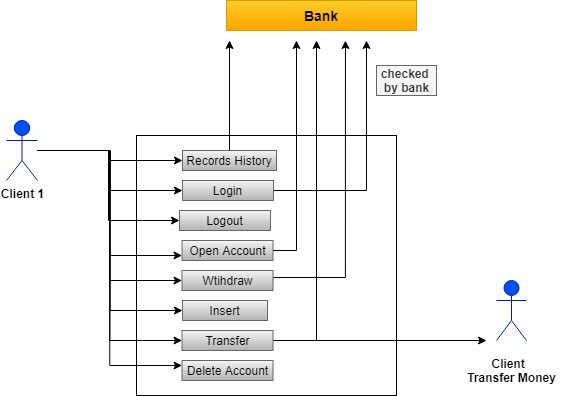
This is use case bank.png from abdullahkbc/Python-Project-Bank-, a draw.io export, as it was before one commit. Source tidied: cells renumbered, new cells last; positions are measured from the earlier drawing's top-left corner, leaving out a move shared by most shapes.
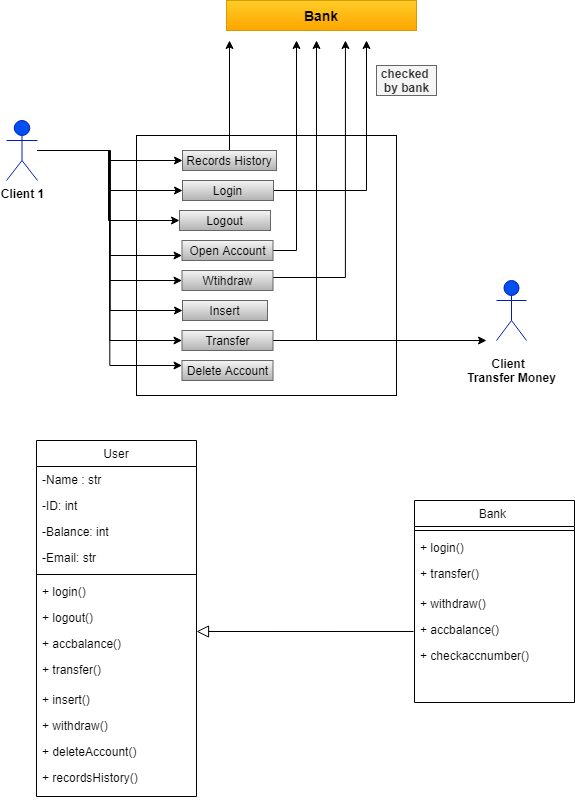
Above is the later version.

What changed in the source:
```diff
@@ -99,5 +99,73 @@
     <mxCell id="29" value="Records History" style="text;html=1;strokeColor=#666666;fillColor=#f5f5f5;align=center;verticalAlign=middle;whiteSpace=wrap;rounded=0;gradientColor=#b3b3b3;" parent="1" vertex="1">
       <mxGeometry x="176" y="150" width="94" height="20" as="geometry" />
     </mxCell>
+    <mxCell id="30" value="User" style="swimlane;fontStyle=0;align=center;verticalAlign=top;horizontal=1;startSize=26;rounded=0;shadow=0;strokeWidth=1;" parent="1" vertex="1">
+      <mxGeometry x="30" y="440" width="160" height="356" as="geometry" />
+    </mxCell>
+    <mxCell id="31" value="-Name : str" style="text;align=left;verticalAlign=top;spacingLeft=4;spacingRight=4;overflow=hidden;" parent="30" vertex="1">
+      <mxGeometry y="26" width="160" height="26" as="geometry" />
+    </mxCell>
+    <mxCell id="32" value="-ID: int " style="text;align=left;verticalAlign=top;spacingLeft=4;spacingRight=4;overflow=hidden;rounded=0;shadow=0;html=0;" parent="30" vertex="1">
+      <mxGeometry y="52" width="160" height="26" as="geometry" />
+    </mxCell>
+    <mxCell id="33" value="-Balance: int" style="text;align=left;verticalAlign=top;spacingLeft=4;spacingRight=4;overflow=hidden;rounded=0;shadow=0;html=0;" parent="30" vertex="1">
+      <mxGeometry y="78" width="160" height="26" as="geometry" />
+    </mxCell>
+    <mxCell id="34" value="-Email: str" style="text;align=left;verticalAlign=top;spacingLeft=4;spacingRight=4;overflow=hidden;" parent="30" vertex="1">
+      <mxGeometry y="104" width="160" height="26" as="geometry" />
+    </mxCell>
+    <mxCell id="35" style="line;html=1;strokeWidth=1;align=left;verticalAlign=middle;spacingTop=-1;spacingLeft=3;spacingRight=3;labelPosition=right;" parent="30" vertex="1">
+      <mxGeometry y="130" width="160" height="8" as="geometry" />
+    </mxCell>
+    <mxCell id="36" value="+ login()" style="text;align=left;verticalAlign=top;spacingLeft=4;spacingRight=4;overflow=hidden;" parent="30" vertex="1">
+      <mxGeometry y="138" width="160" height="26" as="geometry" />
+    </mxCell>
+    <mxCell id="37" value="+ logout()" style="text;align=left;verticalAlign=top;spacingLeft=4;spacingRight=4;overflow=hidden;" parent="30" vertex="1">
+      <mxGeometry y="164" width="160" height="26" as="geometry" />
+    </mxCell>
+    <mxCell id="38" value="+ accbalance()" style="text;align=left;verticalAlign=top;spacingLeft=4;spacingRight=4;overflow=hidden;" parent="30" vertex="1">
+      <mxGeometry y="190" width="160" height="26" as="geometry" />
+    </mxCell>
+    <mxCell id="39" value="+ transfer()&#10;" style="text;align=left;verticalAlign=top;spacingLeft=4;spacingRight=4;overflow=hidden;" parent="30" vertex="1">
+      <mxGeometry y="216" width="160" height="30" as="geometry" />
+    </mxCell>
+    <mxCell id="40" value="+ insert()" style="text;align=left;verticalAlign=top;spacingLeft=4;spacingRight=4;overflow=hidden;" parent="30" vertex="1">
+      <mxGeometry y="246" width="160" height="26" as="geometry" />
+    </mxCell>
+    <mxCell id="41" value="+ withdraw()" style="text;align=left;verticalAlign=top;spacingLeft=4;spacingRight=4;overflow=hidden;" parent="30" vertex="1">
+      <mxGeometry y="272" width="160" height="26" as="geometry" />
+    </mxCell>
+    <mxCell id="42" value="+ deleteAccount()" style="text;align=left;verticalAlign=top;spacingLeft=4;spacingRight=4;overflow=hidden;" parent="30" vertex="1">
+      <mxGeometry y="298" width="160" height="26" as="geometry" />
+    </mxCell>
+    <mxCell id="43" value="+ recordsHistory()" style="text;align=left;verticalAlign=top;spacingLeft=4;spacingRight=4;overflow=hidden;" parent="30" vertex="1">
+      <mxGeometry y="324" width="160" height="32" as="geometry" />
+    </mxCell>
+    <mxCell id="44" style="endArrow=block;endSize=10;endFill=0;shadow=0;strokeWidth=1;rounded=0;edgeStyle=elbowEdgeStyle;elbow=vertical;exitX=-0.006;exitY=0.038;exitDx=0;exitDy=0;exitPerimeter=0;" parent="1" edge="1" target="30">
+      <mxGeometry relative="1" as="geometry">
+        <mxPoint x="407" y="631" as="sourcePoint" />
+      </mxGeometry>
+    </mxCell>
+    <mxCell id="45" value="Bank " style="swimlane;fontStyle=0;align=center;verticalAlign=top;horizontal=1;startSize=26;rounded=0;shadow=0;strokeWidth=1;" parent="1" vertex="1">
+      <mxGeometry x="408" y="500" width="160" height="202" as="geometry" />
+    </mxCell>
+    <mxCell id="46" style="line;html=1;strokeWidth=1;align=left;verticalAlign=middle;spacingTop=-1;spacingLeft=3;spacingRight=3;labelPosition=right;" parent="45" vertex="1">
+      <mxGeometry y="26" width="160" height="8" as="geometry" />
+    </mxCell>
+    <mxCell id="47" value="+ login()" style="text;align=left;verticalAlign=top;spacingLeft=4;spacingRight=4;overflow=hidden;" parent="45" vertex="1">
+      <mxGeometry y="34" width="160" height="26" as="geometry" />
+    </mxCell>
+    <mxCell id="48" value="+ transfer()&#10;" style="text;align=left;verticalAlign=top;spacingLeft=4;spacingRight=4;overflow=hidden;" parent="45" vertex="1">
+      <mxGeometry y="60" width="160" height="30" as="geometry" />
+    </mxCell>
+    <mxCell id="49" value="+ withdraw()" style="text;align=left;verticalAlign=top;spacingLeft=4;spacingRight=4;overflow=hidden;" parent="45" vertex="1">
+      <mxGeometry y="90" width="160" height="26" as="geometry" />
+    </mxCell>
+    <mxCell id="50" value="+ accbalance()" style="text;align=left;verticalAlign=top;spacingLeft=4;spacingRight=4;overflow=hidden;" parent="45" vertex="1">
+      <mxGeometry y="116" width="160" height="26" as="geometry" />
+    </mxCell>
+    <mxCell id="51" value="+ checkaccnumber()" style="text;align=left;verticalAlign=top;spacingLeft=4;spacingRight=4;overflow=hidden;" parent="45" vertex="1">
+      <mxGeometry y="142" width="160" height="26" as="geometry" />
+    </mxCell>
   </root>
 </mxGraphModel>
```
